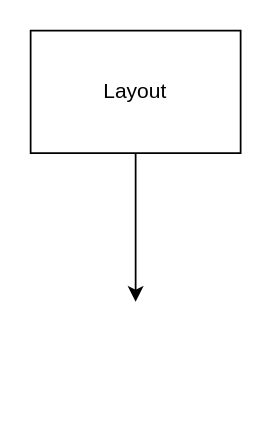
Earlier version of the draw.io diagram Untitled Diagram.drawio (George-giorgi/mlacklickup01). Source tidied: cells renumbered, new cells numbered last; positions are measured from the earlier drawing's top-left corner, leaving out a move shared by most shapes. Both pictures are drawn from the tidied source at 175%, with x=0, y=0 at pixel (30, 30).
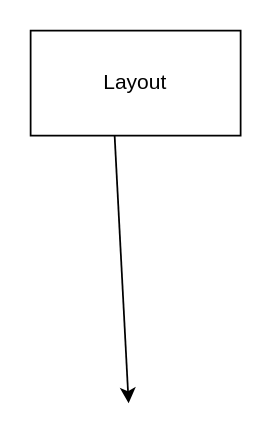
After the change.

The edit, as a diff of the source:
```diff
@@
 <mxGraphModel>
   <root>
     <mxCell id="0" />
     <mxCell id="1" parent="0" />
-    <mxCell id="2" style="edgeStyle=orthogonalEdgeStyle;jettySize=auto;html=1;" parent="1" edge="1" source="3">
-      <mxGeometry relative="1" as="geometry">
-        <mxPoint x="60" y="155" as="targetPoint" />
-      </mxGeometry>
-    </mxCell>
     <mxCell id="3" value="Layout" style="rounded=0;whiteSpace=wrap;html=1;" parent="1" vertex="1">
-      <mxGeometry width="120" height="70" as="geometry" />
+      <mxGeometry width="120" height="60" as="geometry" />
     </mxCell>
+    <mxCell id="4" style="endArrow=classic;html=1;rounded=0;exitX=0.4;exitY=1;exitDx=0;exitDy=0;exitPerimeter=0;" parent="1" edge="1" source="3">
+      <mxGeometry relative="1" as="geometry">
+        <mxPoint x="56" y="213" as="targetPoint" />
+      </mxGeometry>
+    </mxCell>
   </root>
 </mxGraphModel>
```
